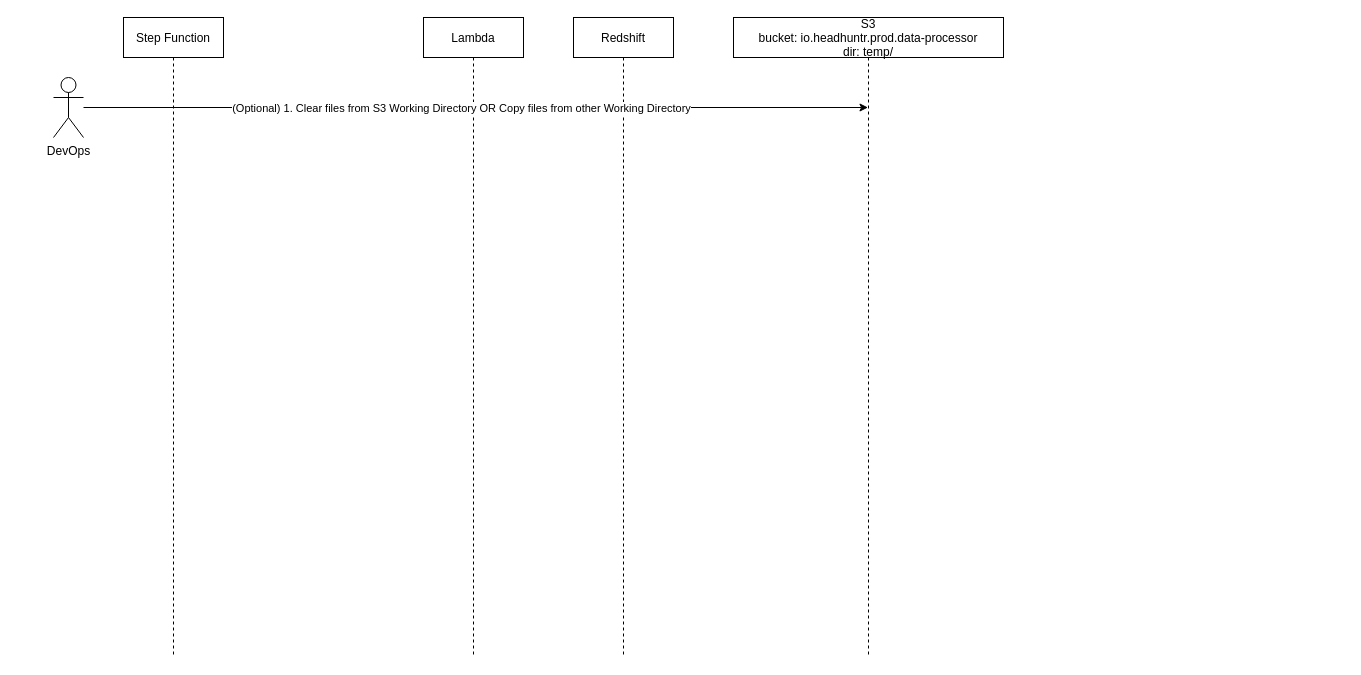
Earlier version of the draw.io diagram Data Reload.drawio (Headhuntr-IO/headhuntr-io). Source tidied: cells renumbered, new cells numbered last; positions are measured from the earlier drawing's top-left corner, leaving out a move shared by most shapes. Both pictures are drawn from the tidied source at 100%, with x=0, y=0 at pixel (53, 17).
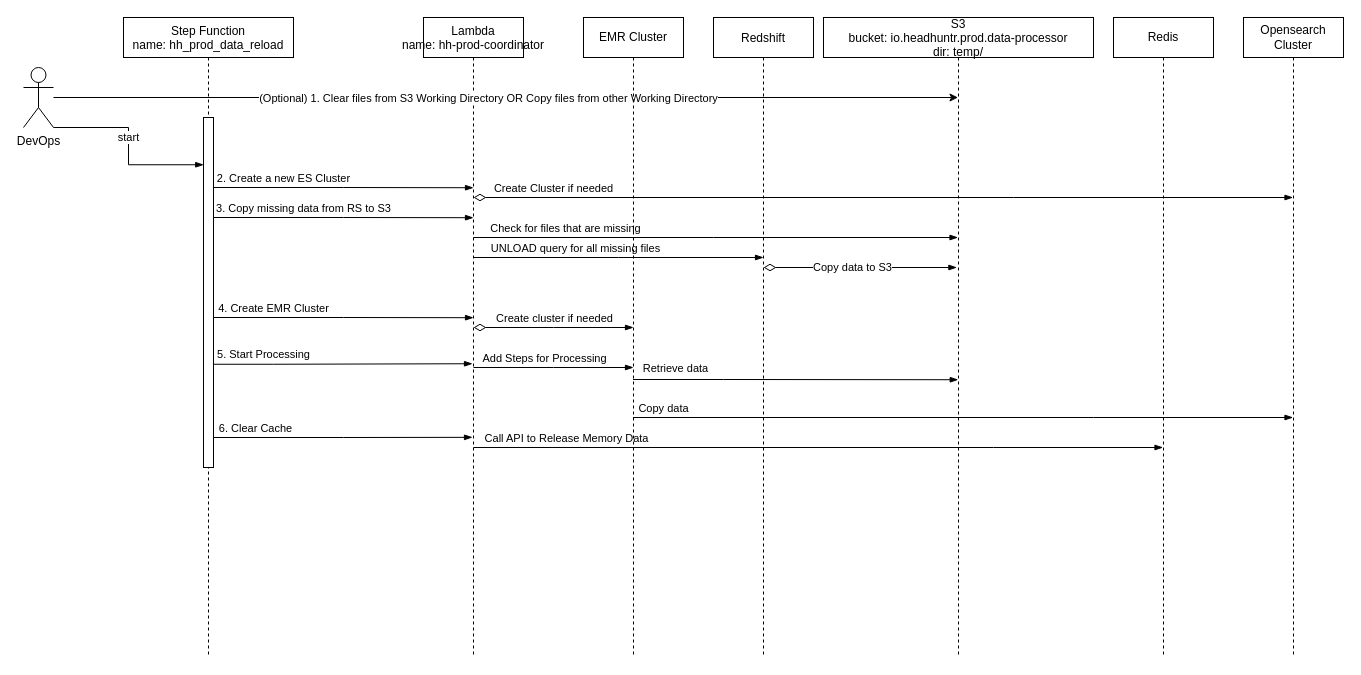
Above is the later version.

The edit, as a diff of the source:
```diff
@@
-    <mxCell id="2" value="Step Function" style="shape=umlLifeline;perimeter=lifelinePerimeter;rounded=0;shadow=0;strokeWidth=1;" parent="1" vertex="1">
-      <mxGeometry x="70" width="100" height="640" as="geometry" />
+    <mxCell id="2" value="Step Function&#10;name: hh_prod_data_reload" style="shape=umlLifeline;perimeter=lifelinePerimeter;rounded=0;shadow=0;strokeWidth=1;" parent="1" vertex="1">
+      <mxGeometry x="70" width="170" height="640" as="geometry" />
     </mxCell>
+    <mxCell id="9" style="html=1;points=[];perimeter=orthogonalPerimeter;" parent="2" vertex="1">
+      <mxGeometry x="80" y="100" width="10" height="350" as="geometry" />
+    </mxCell>
+    <mxCell id="10" style="edgeStyle=elbowEdgeStyle;fontSize=12;html=1;endArrow=blockThin;endFill=1;rounded=0;entryX=0.5;entryY=0.266;entryDx=0;entryDy=0;entryPerimeter=0;" parent="2" edge="1" target="3">
+      <mxGeometry relative="1" as="geometry">
+        <mxPoint x="90" y="170" as="sourcePoint" />
+      </mxGeometry>
+    </mxCell>
+    <mxCell id="11" value="2. Create a new ES Cluster" style="edgeLabel;html=1;align=center;verticalAlign=middle;" parent="10" vertex="1">
+      <mxGeometry x="-0.29" y="1" relative="1" as="geometry">
+        <mxPoint x="-23" y="-9" as="offset" />
+      </mxGeometry>
+    </mxCell>
+    <mxCell id="12" style="edgeStyle=elbowEdgeStyle;fontSize=12;html=1;endArrow=blockThin;endFill=1;rounded=0;entryX=0.49;entryY=0.656;entryDx=0;entryDy=0;entryPerimeter=0;" parent="2" edge="1" target="3">
+      <mxGeometry relative="1" as="geometry">
+        <mxPoint x="90" y="420" as="sourcePoint" />
+      </mxGeometry>
+    </mxCell>
+    <mxCell id="13" value="6. Clear Cache" style="edgeLabel;html=1;align=center;verticalAlign=middle;" parent="12" vertex="1">
+      <mxGeometry x="-0.44" y="2" relative="1" as="geometry">
+        <mxPoint x="-32" y="-8" as="offset" />
+      </mxGeometry>
+    </mxCell>
-    <mxCell id="3" value="Lambda" style="shape=umlLifeline;perimeter=lifelinePerimeter;rounded=0;shadow=0;strokeWidth=1;" parent="1" vertex="1">
+    <mxCell id="3" value="Lambda&#10;name: hh-prod-coordinator" style="shape=umlLifeline;perimeter=lifelinePerimeter;rounded=0;shadow=0;strokeWidth=1;" parent="1" vertex="1">
       <mxGeometry x="370" width="100" height="640" as="geometry" />
     </mxCell>
+    <mxCell id="14" style="edgeStyle=elbowEdgeStyle;fontSize=12;html=1;endArrow=blockThin;endFill=1;rounded=0;elbow=vertical;" parent="3" edge="1" target="5">
+      <mxGeometry relative="1" as="geometry">
+        <mxPoint x="50" y="220" as="sourcePoint" />
+        <Array as="points">
+          <mxPoint x="290" y="220" />
+        </Array>
+      </mxGeometry>
+    </mxCell>
+    <mxCell id="15" value="Check for files that are missing" style="edgeLabel;html=1;align=center;verticalAlign=middle;" parent="14" vertex="1">
+      <mxGeometry x="0.1" y="1" relative="1" as="geometry">
+        <mxPoint x="-175" y="-9" as="offset" />
+      </mxGeometry>
+    </mxCell>
+    <mxCell id="16" style="edgeStyle=elbowEdgeStyle;fontSize=12;html=1;endArrow=blockThin;endFill=1;startArrow=diamondThin;startFill=0;endSize=6;startSize=10;rounded=0;" parent="3" edge="1" target="34">
+      <mxGeometry relative="1" as="geometry">
+        <mxPoint x="50" y="180" as="sourcePoint" />
+        <Array as="points">
+          <mxPoint x="590" y="180" />
+        </Array>
+      </mxGeometry>
+    </mxCell>
+    <mxCell id="17" value="Create Cluster if needed" style="edgeLabel;html=1;align=center;verticalAlign=middle;" parent="16" vertex="1">
+      <mxGeometry x="-0.12" y="1" relative="1" as="geometry">
+        <mxPoint x="-282" y="-9" as="offset" />
+      </mxGeometry>
+    </mxCell>
+    <mxCell id="18" style="edgeStyle=elbowEdgeStyle;fontSize=12;html=1;endArrow=blockThin;endFill=1;startArrow=diamondThin;startFill=0;endSize=6;startSize=10;rounded=0;" parent="3" edge="1">
+      <mxGeometry relative="1" as="geometry">
+        <mxPoint x="50" y="310" as="sourcePoint" />
+        <mxPoint x="210" y="310" as="targetPoint" />
+      </mxGeometry>
+    </mxCell>
+    <mxCell id="19" value="Create cluster if needed" style="edgeLabel;html=1;align=center;verticalAlign=middle;" parent="18" vertex="1">
+      <mxGeometry x="-0.25" y="-2" relative="1" as="geometry">
+        <mxPoint x="20" y="-12" as="offset" />
+      </mxGeometry>
+    </mxCell>
+    <mxCell id="20" style="edgeStyle=elbowEdgeStyle;fontSize=12;html=1;endArrow=blockThin;endFill=1;rounded=0;" parent="3" edge="1">
+      <mxGeometry relative="1" as="geometry">
+        <mxPoint x="50" y="350" as="sourcePoint" />
+        <mxPoint x="210" y="350" as="targetPoint" />
+      </mxGeometry>
+    </mxCell>
+    <mxCell id="21" value="Add Steps for Processing" style="edgeLabel;html=1;align=center;verticalAlign=middle;" parent="20" vertex="1">
+      <mxGeometry x="-0.59" y="-1" relative="1" as="geometry">
+        <mxPoint x="37" y="-11" as="offset" />
+      </mxGeometry>
+    </mxCell>
+    <mxCell id="22" style="edgeStyle=elbowEdgeStyle;fontSize=12;html=1;endArrow=blockThin;endFill=1;rounded=0;" parent="3" edge="1" target="28">
+      <mxGeometry relative="1" as="geometry">
+        <mxPoint x="50" y="430" as="sourcePoint" />
+        <Array as="points">
+          <mxPoint x="570" y="430" />
+        </Array>
+      </mxGeometry>
+    </mxCell>
+    <mxCell id="23" value="Call API to Release Memory Data" style="edgeLabel;html=1;align=center;verticalAlign=middle;" parent="22" vertex="1">
+      <mxGeometry x="-0.81" y="1" relative="1" as="geometry">
+        <mxPoint x="26" y="-9" as="offset" />
+      </mxGeometry>
+    </mxCell>
     <mxCell id="4" value="Redshift" style="shape=umlLifeline;perimeter=lifelinePerimeter;rounded=0;shadow=0;strokeWidth=1;" parent="1" vertex="1">
-      <mxGeometry x="520" width="100" height="640" as="geometry" />
+      <mxGeometry x="660" width="100" height="640" as="geometry" />
     </mxCell>
+    <mxCell id="24" style="edgeStyle=elbowEdgeStyle;fontSize=12;html=1;endArrow=blockThin;endFill=1;startArrow=diamondThin;startFill=0;endSize=6;startSize=10;rounded=0;entryX=0.494;entryY=0.39;entryDx=0;entryDy=0;entryPerimeter=0;elbow=vertical;" parent="4" edge="1" target="5">
+      <mxGeometry relative="1" as="geometry">
+        <mxPoint x="50" y="250" as="sourcePoint" />
+      </mxGeometry>
+    </mxCell>
+    <mxCell id="25" value="Copy data to S3" style="edgeLabel;html=1;align=center;verticalAlign=middle;" parent="24" vertex="1">
+      <mxGeometry x="-0.09" y="1" relative="1" as="geometry" />
+    </mxCell>
     <mxCell id="5" value="S3&#10;bucket: io.headhuntr.prod.data-processor&#10;dir: temp/" style="shape=umlLifeline;perimeter=lifelinePerimeter;rounded=0;shadow=0;strokeWidth=1;" parent="1" vertex="1">
-      <mxGeometry x="680" width="270" height="640" as="geometry" />
+      <mxGeometry x="770" width="270" height="640" as="geometry" />
     </mxCell>
     <mxCell id="6" value="DevOps" style="shape=umlActor;verticalLabelPosition=bottom;verticalAlign=top;html=1;outlineConnect=0;" parent="1" vertex="1">
-      <mxGeometry y="60" width="30" height="60" as="geometry" />
+      <mxGeometry x="-30" y="50" width="30" height="60" as="geometry" />
     </mxCell>
@@
+    <mxCell id="26" style="edgeStyle=elbowEdgeStyle;fontSize=12;html=1;endArrow=blockThin;endFill=1;rounded=0;exitX=1;exitY=1;exitDx=0;exitDy=0;exitPerimeter=0;entryX=0.02;entryY=0.135;entryDx=0;entryDy=0;entryPerimeter=0;" parent="1" edge="1" source="6" target="9">
+      <mxGeometry relative="1" as="geometry" />
+    </mxCell>
+    <mxCell id="27" value="start" style="edgeLabel;html=1;align=center;verticalAlign=middle;" parent="26" vertex="1">
+      <mxGeometry x="-0.1" y="-1" relative="1" as="geometry" />
+    </mxCell>
+    <mxCell id="28" value="Redis" style="shape=umlLifeline;perimeter=lifelinePerimeter;whiteSpace=wrap;html=1;outlineConnect=0;" parent="1" vertex="1">
+      <mxGeometry x="1060" width="100" height="640" as="geometry" />
+    </mxCell>
+    <mxCell id="29" style="edgeStyle=elbowEdgeStyle;fontSize=12;html=1;endArrow=blockThin;endFill=1;rounded=0;entryX=0.5;entryY=0.266;entryDx=0;entryDy=0;entryPerimeter=0;" parent="1" edge="1">
+      <mxGeometry relative="1" as="geometry">
+        <mxPoint x="160" y="200" as="sourcePoint" />
+        <mxPoint x="420" y="200.2" as="targetPoint" />
+      </mxGeometry>
+    </mxCell>
+    <mxCell id="30" value="3. Copy missing data from RS to S3" style="edgeLabel;html=1;align=center;verticalAlign=middle;" parent="29" vertex="1">
+      <mxGeometry x="-0.29" y="1" relative="1" as="geometry">
+        <mxPoint x="-3" y="-9" as="offset" />
+      </mxGeometry>
+    </mxCell>
+    <mxCell id="31" style="edgeStyle=elbowEdgeStyle;fontSize=12;html=1;endArrow=blockThin;endFill=1;rounded=0;elbow=vertical;entryX=0.5;entryY=0.375;entryDx=0;entryDy=0;entryPerimeter=0;" parent="1" edge="1" target="4">
+      <mxGeometry relative="1" as="geometry">
+        <mxPoint x="420" y="240" as="sourcePoint" />
+      </mxGeometry>
+    </mxCell>
+    <mxCell id="32" value="UNLOAD query for all missing files" style="edgeLabel;html=1;align=center;verticalAlign=middle;" parent="31" vertex="1">
+      <mxGeometry x="0.1" y="1" relative="1" as="geometry">
+        <mxPoint x="-59" y="-9" as="offset" />
+      </mxGeometry>
+    </mxCell>
+    <mxCell id="33" value="EMR Cluster" style="shape=umlLifeline;perimeter=lifelinePerimeter;whiteSpace=wrap;html=1;outlineConnect=0;" parent="1" vertex="1">
+      <mxGeometry x="530" width="100" height="640" as="geometry" />
+    </mxCell>
+    <mxCell id="34" value="Opensearch Cluster" style="shape=umlLifeline;perimeter=lifelinePerimeter;whiteSpace=wrap;html=1;outlineConnect=0;" parent="1" vertex="1">
+      <mxGeometry x="1190" width="100" height="640" as="geometry" />
+    </mxCell>
+    <mxCell id="35" style="edgeStyle=elbowEdgeStyle;fontSize=12;html=1;endArrow=blockThin;endFill=1;rounded=0;entryX=0.5;entryY=0.266;entryDx=0;entryDy=0;entryPerimeter=0;" parent="1" edge="1">
+      <mxGeometry relative="1" as="geometry">
+        <mxPoint x="160" y="300" as="sourcePoint" />
+        <mxPoint x="420" y="300.2" as="targetPoint" />
+      </mxGeometry>
+    </mxCell>
+    <mxCell id="36" value="4. Create EMR Cluster" style="edgeLabel;html=1;align=center;verticalAlign=middle;" parent="35" vertex="1">
+      <mxGeometry x="-0.29" y="1" relative="1" as="geometry">
+        <mxPoint x="-33" y="-9" as="offset" />
+      </mxGeometry>
+    </mxCell>
+    <mxCell id="37" style="edgeStyle=elbowEdgeStyle;fontSize=12;html=1;endArrow=blockThin;endFill=1;rounded=0;entryX=0.499;entryY=0.566;entryDx=0;entryDy=0;entryPerimeter=0;" parent="1" edge="1" source="33" target="5">
+      <mxGeometry relative="1" as="geometry">
+        <Array as="points">
+          <mxPoint x="670" y="362" />
+          <mxPoint x="790" y="360" />
+          <mxPoint x="840" y="360" />
+        </Array>
+      </mxGeometry>
+    </mxCell>
+    <mxCell id="38" value="Retrieve data" style="edgeLabel;html=1;align=center;verticalAlign=middle;" parent="37" vertex="1">
+      <mxGeometry x="0.27" y="2" relative="1" as="geometry">
+        <mxPoint x="-165" y="-10" as="offset" />
+      </mxGeometry>
+    </mxCell>
+    <mxCell id="39" style="edgeStyle=elbowEdgeStyle;fontSize=12;html=1;endArrow=blockThin;endFill=1;rounded=0;" parent="1" edge="1" source="33" target="34">
+      <mxGeometry relative="1" as="geometry">
+        <Array as="points">
+          <mxPoint x="1040" y="400" />
+        </Array>
+      </mxGeometry>
+    </mxCell>
+    <mxCell id="40" value="Copy data" style="edgeLabel;html=1;align=center;verticalAlign=middle;" parent="39" vertex="1">
+      <mxGeometry x="-0.78" relative="1" as="geometry">
+        <mxPoint x="-43" y="-10" as="offset" />
+      </mxGeometry>
+    </mxCell>
+    <mxCell id="41" style="edgeStyle=elbowEdgeStyle;fontSize=12;html=1;endArrow=blockThin;endFill=1;rounded=0;entryX=0.49;entryY=0.541;entryDx=0;entryDy=0;entryPerimeter=0;exitX=0.946;exitY=0.705;exitDx=0;exitDy=0;exitPerimeter=0;" parent="1" edge="1" source="9" target="3">
+      <mxGeometry relative="1" as="geometry">
+        <Array as="points">
+          <mxPoint x="220" y="346" />
+        </Array>
+      </mxGeometry>
+    </mxCell>
+    <mxCell id="42" value="5. Start Processing" style="edgeLabel;html=1;align=center;verticalAlign=middle;" parent="41" vertex="1">
+      <mxGeometry x="-0.51" relative="1" as="geometry">
+        <mxPoint x="-13" y="-10" as="offset" />
+      </mxGeometry>
+    </mxCell>
```
